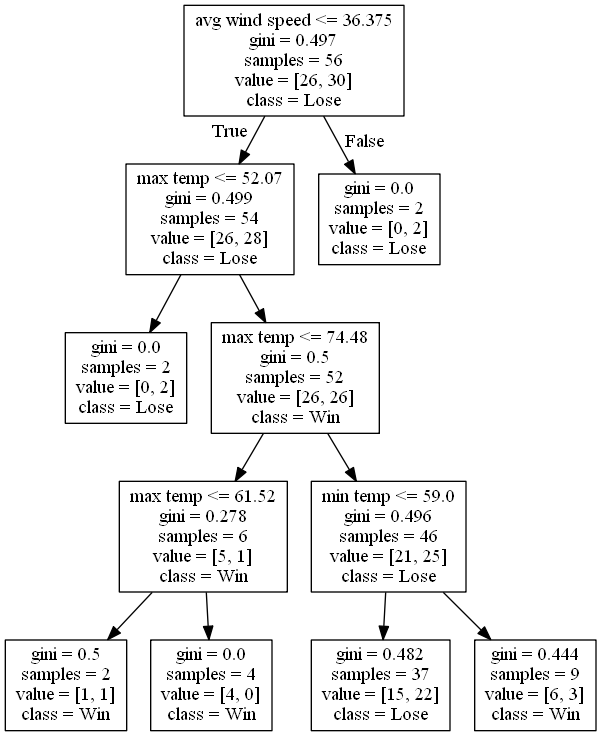
Above: DecisionTrees/decision_tree_no_score_or_attendance2.png in alexana-steck/CSE482Project (Graphviz), before the change. Its source is kept beside it as DecisionTrees/decision_tree_no_score_or_attendance2.dot.
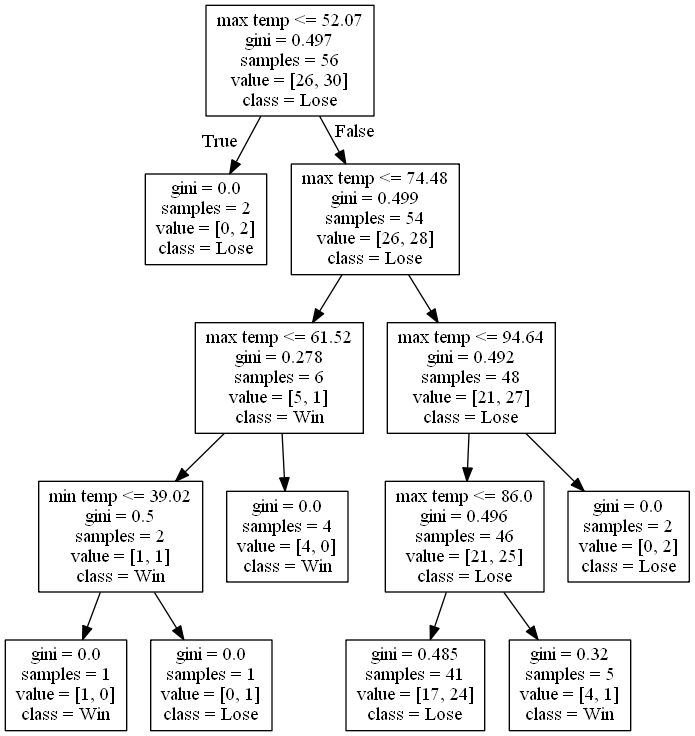
The same diagram one commit later.

What changed in the source:
```diff
@@ -1,24 +1,28 @@
 digraph Tree {
 node [shape=box] ;
-0 [label="avg wind speed <= 36.375\ngini = 0.497\nsamples = 56\nvalue = [26, 30]\nclass = Lose"] ;
-1 [label="max temp <= 52.07\ngini = 0.499\nsamples = 54\nvalue = [26, 28]\nclass = Lose"] ;
+0 [label="max temp <= 52.07\ngini = 0.497\nsamples = 56\nvalue = [26, 30]\nclass = Lose"] ;
+1 [label="gini = 0.0\nsamples = 2\nvalue = [0, 2]\nclass = Lose"] ;
 0 -> 1 [labeldistance=2.5, labelangle=45, headlabel="True"] ;
-2 [label="gini = 0.0\nsamples = 2\nvalue = [0, 2]\nclass = Lose"] ;
-1 -> 2 ;
-3 [label="max temp <= 74.48\ngini = 0.5\nsamples = 52\nvalue = [26, 26]\nclass = Win"] ;
-1 -> 3 ;
-4 [label="max temp <= 61.52\ngini = 0.278\nsamples = 6\nvalue = [5, 1]\nclass = Win"] ;
+2 [label="max temp <= 74.48\ngini = 0.499\nsamples = 54\nvalue = [26, 28]\nclass = Lose"] ;
+0 -> 2 [labeldistance=2.5, labelangle=-45, headlabel="False"] ;
+3 [label="max temp <= 61.52\ngini = 0.278\nsamples = 6\nvalue = [5, 1]\nclass = Win"] ;
+2 -> 3 ;
+4 [label="min temp <= 39.02\ngini = 0.5\nsamples = 2\nvalue = [1, 1]\nclass = Win"] ;
 3 -> 4 ;
-5 [label="gini = 0.5\nsamples = 2\nvalue = [1, 1]\nclass = Win"] ;
+5 [label="gini = 0.0\nsamples = 1\nvalue = [1, 0]\nclass = Win"] ;
 4 -> 5 ;
-6 [label="gini = 0.0\nsamples = 4\nvalue = [4, 0]\nclass = Win"] ;
+6 [label="gini = 0.0\nsamples = 1\nvalue = [0, 1]\nclass = Lose"] ;
 4 -> 6 ;
-7 [label="min temp <= 59.0\ngini = 0.496\nsamples = 46\nvalue = [21, 25]\nclass = Lose"] ;
+7 [label="gini = 0.0\nsamples = 4\nvalue = [4, 0]\nclass = Win"] ;
 3 -> 7 ;
-8 [label="gini = 0.482\nsamples = 37\nvalue = [15, 22]\nclass = Lose"] ;
-7 -> 8 ;
-9 [label="gini = 0.444\nsamples = 9\nvalue = [6, 3]\nclass = Win"] ;
-7 -> 9 ;
-10 [label="gini = 0.0\nsamples = 2\nvalue = [0, 2]\nclass = Lose"] ;
-0 -> 10 [labeldistance=2.5, labelangle=-45, headlabel="False"] ;
+8 [label="max temp <= 94.64\ngini = 0.492\nsamples = 48\nvalue = [21, 27]\nclass = Lose"] ;
+2 -> 8 ;
+9 [label="max temp <= 86.0\ngini = 0.496\nsamples = 46\nvalue = [21, 25]\nclass = Lose"] ;
+8 -> 9 ;
+10 [label="gini = 0.485\nsamples = 41\nvalue = [17, 24]\nclass = Lose"] ;
+9 -> 10 ;
+11 [label="gini = 0.32\nsamples = 5\nvalue = [4, 1]\nclass = Win"] ;
+9 -> 11 ;
+12 [label="gini = 0.0\nsamples = 2\nvalue = [0, 2]\nclass = Lose"] ;
+8 -> 12 ;
 }
```
